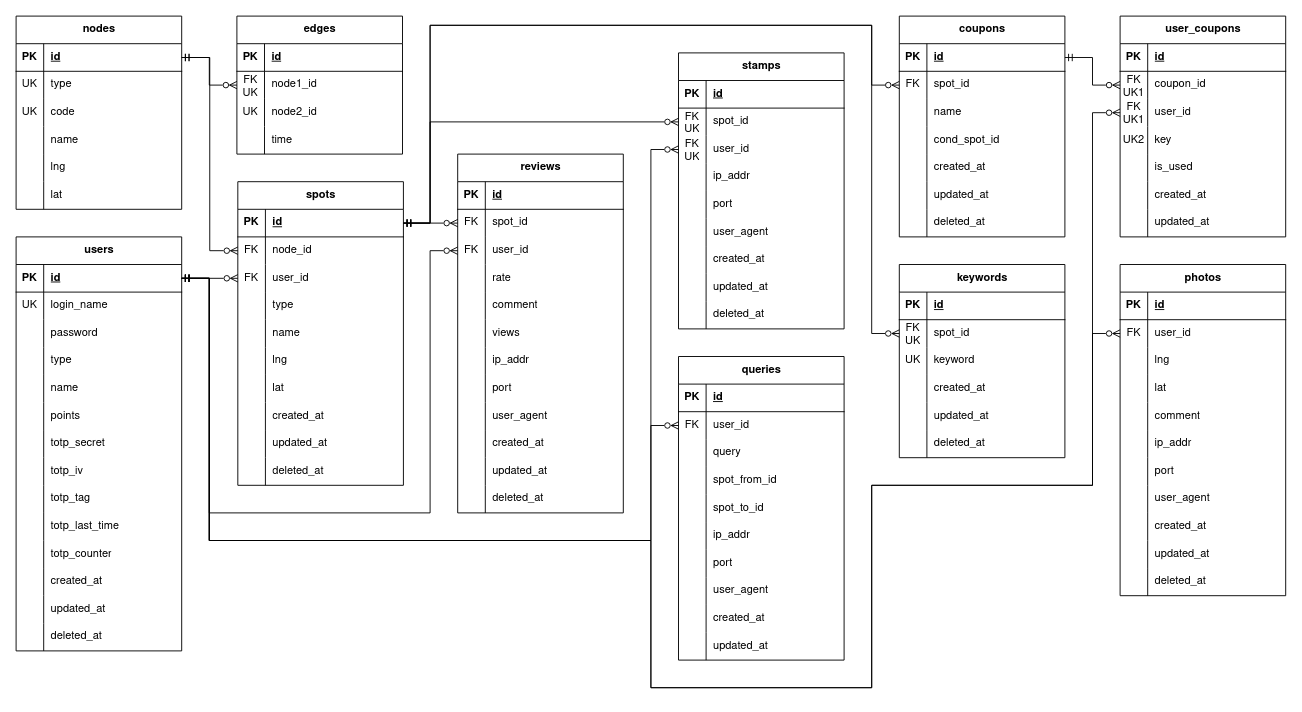
r02092/se2025 keeps this draw.io diagram as docs/figure/gaibu-er.drawio. Above is the earlier version. Source tidied: cells renumbered, new cells numbered last; positions are measured from the earlier drawing's top-left corner, leaving out a move shared by most shapes. Both pictures are drawn from the tidied source at 92%, with x=0, y=0 at pixel (16, 16).
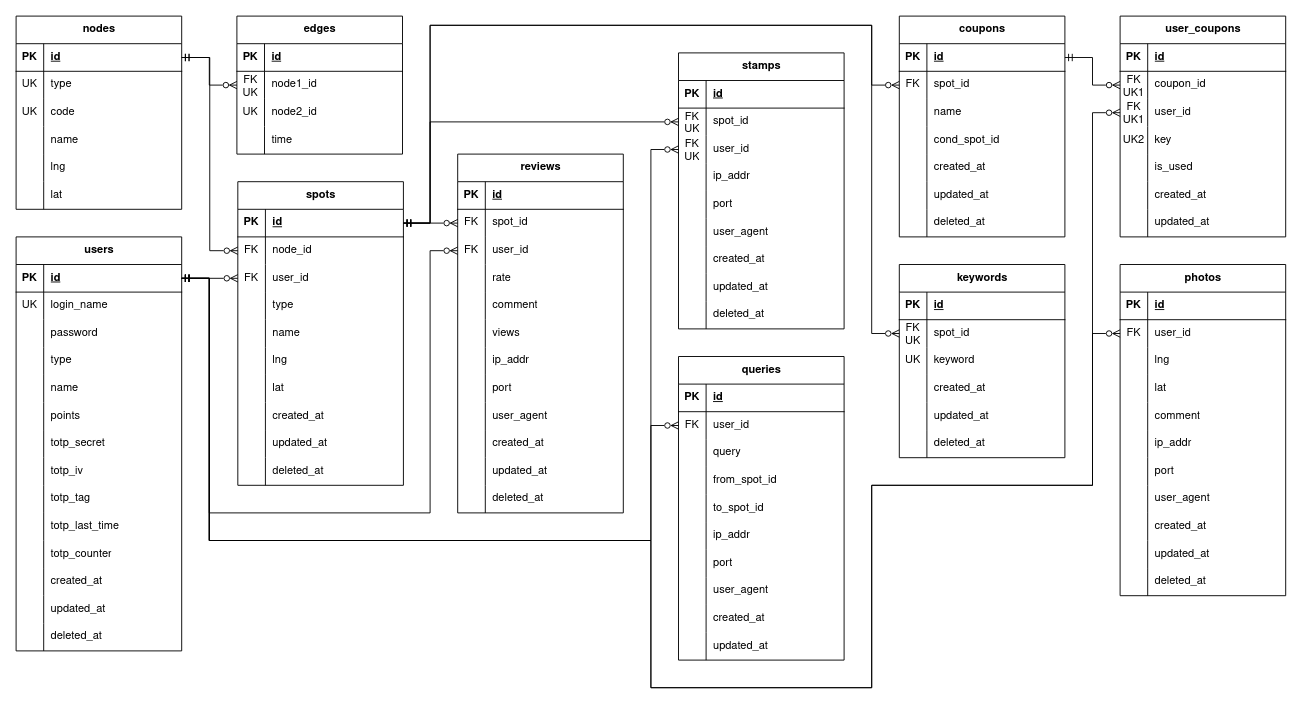
Above is the later version.

Commit message (it also covers changes not shown here):
queriesテーブルのスポットのカラム名をcouponsテーブルのカラム名に合わせて変更

The change refers to these unchanged cells:
```xml
<mxCell id="272" style="shape=tableRow;horizontal=0;startSize=0;swimlaneHead=0;swimlaneBody=0;fillColor=none;top=0;left=0;right=0;bottom=0;fontFamily=Nimbus Sans;" parent="262" vertex="1">
  <mxGeometry y="120" width="180" height="30" as="geometry" />
</mxCell>
<mxCell id="275" style="shape=tableRow;horizontal=0;startSize=0;swimlaneHead=0;swimlaneBody=0;fillColor=none;top=0;left=0;right=0;bottom=0;fontFamily=Nimbus Sans;" parent="262" vertex="1">
  <mxGeometry y="150" width="180" height="30" as="geometry" />
</mxCell>
```

Diff of the diagram source:
```diff
@@
-    <mxCell id="274" value="spot_from_id" style="shape=partialRectangle;fillColor=none;top=0;left=0;bottom=0;right=0;align=left;spacingLeft=6;overflow=hidden;whiteSpace=wrap;html=1;fontFamily=Nimbus Sans;" parent="272" vertex="1">
+    <mxCell id="274" value="from_spot_id" style="shape=partialRectangle;fillColor=none;top=0;left=0;bottom=0;right=0;align=left;spacingLeft=6;overflow=hidden;whiteSpace=wrap;html=1;fontFamily=Nimbus Sans;" parent="272" vertex="1">
       <mxGeometry x="30" width="150" height="30" as="geometry" />
     </mxCell>
@@
-    <mxCell id="277" value="spot_to_id" style="shape=partialRectangle;fillColor=none;top=0;left=0;bottom=0;right=0;align=left;spacingLeft=6;overflow=hidden;whiteSpace=wrap;html=1;fontFamily=Nimbus Sans;" parent="275" vertex="1">
+    <mxCell id="277" value="to_spot_id" style="shape=partialRectangle;fillColor=none;top=0;left=0;bottom=0;right=0;align=left;spacingLeft=6;overflow=hidden;whiteSpace=wrap;html=1;fontFamily=Nimbus Sans;" parent="275" vertex="1">
       <mxGeometry x="30" width="150" height="30" as="geometry" />
     </mxCell>
```
